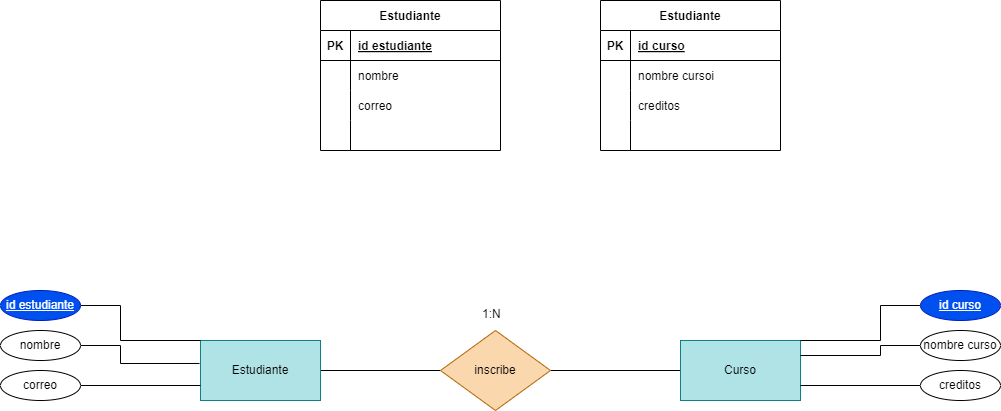
Before: Tareas/Unidad2/ejercicio2.20.drawio.png, a diagram exported from draw.io (WhiteCascade/BAE). Source tidied: cells renumbered, new cells last; positions are measured from the earlier drawing's top-left corner, leaving out a move shared by most shapes. Source of this version:
```xml
<mxGraphModel>
  <root>
    <mxCell id="0" />
    <mxCell id="1" parent="0" />
    <mxCell id="2" style="edgeStyle=none;html=1;entryX=0;entryY=0.5;entryDx=0;entryDy=0;endArrow=none;endFill=0;" parent="1" edge="1" source="3" target="6">
      <mxGeometry relative="1" as="geometry" />
    </mxCell>
    <mxCell id="3" value="Estudiante" style="rounded=0;whiteSpace=wrap;html=1;fillColor=#b0e3e6;strokeColor=#0e8088;" parent="1" vertex="1">
      <mxGeometry x="200" y="340" width="120" height="60" as="geometry" />
    </mxCell>
    <mxCell id="4" style="edgeStyle=none;html=1;endArrow=none;endFill=0;" parent="1" edge="1" source="5" target="6">
      <mxGeometry relative="1" as="geometry" />
    </mxCell>
    <mxCell id="5" value="Curso" style="rounded=0;whiteSpace=wrap;html=1;fillColor=#b0e3e6;strokeColor=#0e8088;" parent="1" vertex="1">
      <mxGeometry x="680" y="340" width="120" height="60" as="geometry" />
    </mxCell>
    <mxCell id="6" value="inscribe" style="rhombus;whiteSpace=wrap;html=1;fillColor=#fad7ac;strokeColor=#b46504;" parent="1" vertex="1">
      <mxGeometry x="440" y="330" width="110" height="80" as="geometry" />
    </mxCell>
    <mxCell id="7" style="edgeStyle=none;html=1;entryX=0;entryY=0;entryDx=0;entryDy=0;endArrow=none;endFill=0;rounded=0;" parent="1" edge="1" source="8" target="3">
      <mxGeometry relative="1" as="geometry">
        <Array as="points">
          <mxPoint x="120" y="305" />
          <mxPoint x="120" y="340" />
        </Array>
      </mxGeometry>
    </mxCell>
    <mxCell id="8" value="&lt;u&gt;id estudiante&lt;/u&gt;" style="ellipse;whiteSpace=wrap;html=1;fillColor=#0050ef;fontColor=#ffffff;strokeColor=#001DBC;" parent="1" vertex="1">
      <mxGeometry y="290" width="80" height="30" as="geometry" />
    </mxCell>
    <mxCell id="9" style="edgeStyle=none;html=1;endArrow=none;endFill=0;entryX=-0.008;entryY=0.383;entryDx=0;entryDy=0;entryPerimeter=0;rounded=0;" parent="1" edge="1" source="10" target="3">
      <mxGeometry relative="1" as="geometry">
        <Array as="points">
          <mxPoint x="120" y="345" />
          <mxPoint x="120" y="363" />
        </Array>
      </mxGeometry>
    </mxCell>
    <mxCell id="10" value="nombre" style="ellipse;whiteSpace=wrap;html=1;" parent="1" vertex="1">
      <mxGeometry y="330" width="80" height="30" as="geometry" />
    </mxCell>
    <mxCell id="11" style="edgeStyle=none;html=1;entryX=0;entryY=0.75;entryDx=0;entryDy=0;endArrow=none;endFill=0;" parent="1" edge="1" source="12" target="3">
      <mxGeometry relative="1" as="geometry" />
    </mxCell>
    <mxCell id="12" value="correo" style="ellipse;whiteSpace=wrap;html=1;" parent="1" vertex="1">
      <mxGeometry y="370" width="80" height="30" as="geometry" />
    </mxCell>
    <mxCell id="13" style="edgeStyle=none;html=1;entryX=1;entryY=0.75;entryDx=0;entryDy=0;endArrow=none;endFill=0;" parent="1" edge="1" source="14" target="5">
      <mxGeometry relative="1" as="geometry" />
    </mxCell>
    <mxCell id="14" value="creditos" style="ellipse;whiteSpace=wrap;html=1;" parent="1" vertex="1">
      <mxGeometry x="920" y="370" width="80" height="30" as="geometry" />
    </mxCell>
    <mxCell id="15" style="edgeStyle=none;html=1;entryX=1;entryY=0.25;entryDx=0;entryDy=0;endArrow=none;endFill=0;rounded=0;" parent="1" edge="1" source="16" target="5">
      <mxGeometry relative="1" as="geometry">
        <Array as="points">
          <mxPoint x="880" y="345" />
          <mxPoint x="880" y="355" />
        </Array>
      </mxGeometry>
    </mxCell>
    <mxCell id="16" value="&lt;span style=&quot;text-align: left;&quot;&gt;nombre curso&lt;/span&gt;" style="ellipse;whiteSpace=wrap;html=1;" parent="1" vertex="1">
      <mxGeometry x="920" y="330" width="80" height="30" as="geometry" />
    </mxCell>
    <mxCell id="17" style="edgeStyle=none;html=1;entryX=1;entryY=0;entryDx=0;entryDy=0;endArrow=none;endFill=0;rounded=0;" parent="1" edge="1" source="18" target="5">
      <mxGeometry relative="1" as="geometry">
        <Array as="points">
          <mxPoint x="880" y="305" />
          <mxPoint x="880" y="340" />
        </Array>
      </mxGeometry>
    </mxCell>
    <mxCell id="18" value="&lt;span style=&quot;text-align: left;&quot;&gt;&lt;u&gt;id curso&lt;/u&gt;&lt;/span&gt;" style="ellipse;whiteSpace=wrap;html=1;fillColor=#0050ef;fontColor=#ffffff;strokeColor=#001DBC;" parent="1" vertex="1">
      <mxGeometry x="920" y="290" width="80" height="30" as="geometry" />
    </mxCell>
    <mxCell id="19" value="1:N" style="text;whiteSpace=wrap;html=1;" parent="1" vertex="1">
      <mxGeometry x="480" y="300" width="50" height="40" as="geometry" />
    </mxCell>
    <mxCell id="20" value="Estudiante" style="shape=table;startSize=30;rowLines=0;fontStyle=1;align=center;" parent="1" vertex="1">
      <mxGeometry x="320" width="180" height="150" as="geometry" />
    </mxCell>
    <mxCell id="21" style="shape=tableRow;horizontal=0;startSize=0;swimlaneHead=0;swimlaneBody=0;fillColor=none;points=[[0,0.5],[1,0.5]];portConstraint=eastwest;top=0;left=0;right=0;bottom=1;" parent="20" vertex="1">
      <mxGeometry y="30" width="180" height="30" as="geometry" />
    </mxCell>
    <mxCell id="22" value="PK" style="shape=partialRectangle;fillColor=none;top=0;left=0;bottom=0;right=0;fontStyle=1;overflow=hidden;" parent="21" vertex="1">
      <mxGeometry width="30" height="30" as="geometry" />
    </mxCell>
    <mxCell id="23" value="id estudiante" style="shape=partialRectangle;fillColor=none;top=0;left=0;bottom=0;right=0;align=left;spacingLeft=6;fontStyle=5;overflow=hidden;" parent="21" vertex="1">
      <mxGeometry x="30" width="150" height="30" as="geometry" />
    </mxCell>
    <mxCell id="24" style="shape=tableRow;horizontal=0;startSize=0;swimlaneHead=0;swimlaneBody=0;fillColor=none;top=0;left=0;right=0;bottom=0;" parent="20" vertex="1">
      <mxGeometry y="60" width="180" height="30" as="geometry" />
    </mxCell>
    <mxCell id="25" style="shape=partialRectangle;fillColor=none;top=0;left=0;bottom=0;right=0;overflow=hidden;" parent="24" vertex="1">
      <mxGeometry width="30" height="30" as="geometry" />
    </mxCell>
    <mxCell id="26" value="nombre" style="shape=partialRectangle;fillColor=none;top=0;left=0;bottom=0;right=0;align=left;spacingLeft=6;overflow=hidden;" parent="24" vertex="1">
      <mxGeometry x="30" width="150" height="30" as="geometry" />
    </mxCell>
    <mxCell id="27" style="shape=tableRow;horizontal=0;startSize=0;swimlaneHead=0;swimlaneBody=0;fillColor=none;top=0;left=0;right=0;bottom=0;" parent="20" vertex="1">
      <mxGeometry y="90" width="180" height="30" as="geometry" />
    </mxCell>
    <mxCell id="28" style="shape=partialRectangle;fillColor=none;top=0;left=0;bottom=0;right=0;overflow=hidden;" parent="27" vertex="1">
      <mxGeometry width="30" height="30" as="geometry" />
    </mxCell>
    <mxCell id="29" value="correo" style="shape=partialRectangle;fillColor=none;top=0;left=0;bottom=0;right=0;align=left;spacingLeft=6;overflow=hidden;" parent="27" vertex="1">
      <mxGeometry x="30" width="150" height="30" as="geometry" />
    </mxCell>
    <mxCell id="30" style="shape=tableRow;horizontal=0;startSize=0;swimlaneHead=0;swimlaneBody=0;fillColor=none;top=0;left=0;right=0;bottom=0;" parent="20" vertex="1">
      <mxGeometry y="120" width="180" height="30" as="geometry" />
    </mxCell>
    <mxCell id="31" style="shape=partialRectangle;fillColor=none;top=0;left=0;bottom=0;right=0;overflow=hidden;" parent="30" vertex="1">
      <mxGeometry width="30" height="30" as="geometry" />
    </mxCell>
    <mxCell id="32" style="shape=partialRectangle;fillColor=none;top=0;left=0;bottom=0;right=0;align=left;spacingLeft=6;overflow=hidden;" parent="30" vertex="1">
      <mxGeometry x="30" width="150" height="30" as="geometry" />
    </mxCell>
    <mxCell id="33" value="Estudiante" style="shape=table;startSize=30;rowLines=0;fontStyle=1;align=center;" parent="1" vertex="1">
      <mxGeometry x="600" width="180" height="150" as="geometry" />
    </mxCell>
    <mxCell id="34" style="shape=tableRow;horizontal=0;startSize=0;swimlaneHead=0;swimlaneBody=0;fillColor=none;points=[[0,0.5],[1,0.5]];portConstraint=eastwest;top=0;left=0;right=0;bottom=1;" parent="33" vertex="1">
      <mxGeometry y="30" width="180" height="30" as="geometry" />
    </mxCell>
    <mxCell id="35" value="PK" style="shape=partialRectangle;fillColor=none;top=0;left=0;bottom=0;right=0;fontStyle=1;overflow=hidden;" parent="34" vertex="1">
      <mxGeometry width="30" height="30" as="geometry" />
    </mxCell>
    <mxCell id="36" value="id curso" style="shape=partialRectangle;fillColor=none;top=0;left=0;bottom=0;right=0;align=left;spacingLeft=6;fontStyle=5;overflow=hidden;" parent="34" vertex="1">
      <mxGeometry x="30" width="150" height="30" as="geometry" />
    </mxCell>
    <mxCell id="37" style="shape=tableRow;horizontal=0;startSize=0;swimlaneHead=0;swimlaneBody=0;fillColor=none;top=0;left=0;right=0;bottom=0;" parent="33" vertex="1">
      <mxGeometry y="60" width="180" height="30" as="geometry" />
    </mxCell>
    <mxCell id="38" style="shape=partialRectangle;fillColor=none;top=0;left=0;bottom=0;right=0;overflow=hidden;" parent="37" vertex="1">
      <mxGeometry width="30" height="30" as="geometry" />
    </mxCell>
    <mxCell id="39" value="nombre cursoi" style="shape=partialRectangle;fillColor=none;top=0;left=0;bottom=0;right=0;align=left;spacingLeft=6;overflow=hidden;" parent="37" vertex="1">
      <mxGeometry x="30" width="150" height="30" as="geometry" />
    </mxCell>
    <mxCell id="40" style="shape=tableRow;horizontal=0;startSize=0;swimlaneHead=0;swimlaneBody=0;fillColor=none;top=0;left=0;right=0;bottom=0;" parent="33" vertex="1">
      <mxGeometry y="90" width="180" height="30" as="geometry" />
    </mxCell>
    <mxCell id="41" style="shape=partialRectangle;fillColor=none;top=0;left=0;bottom=0;right=0;overflow=hidden;" parent="40" vertex="1">
      <mxGeometry width="30" height="30" as="geometry" />
    </mxCell>
    <mxCell id="42" value="creditos" style="shape=partialRectangle;fillColor=none;top=0;left=0;bottom=0;right=0;align=left;spacingLeft=6;overflow=hidden;" parent="40" vertex="1">
      <mxGeometry x="30" width="150" height="30" as="geometry" />
    </mxCell>
    <mxCell id="43" style="shape=tableRow;horizontal=0;startSize=0;swimlaneHead=0;swimlaneBody=0;fillColor=none;top=0;left=0;right=0;bottom=0;" parent="33" vertex="1">
      <mxGeometry y="120" width="180" height="30" as="geometry" />
    </mxCell>
    <mxCell id="44" style="shape=partialRectangle;fillColor=none;top=0;left=0;bottom=0;right=0;overflow=hidden;" parent="43" vertex="1">
      <mxGeometry width="30" height="30" as="geometry" />
    </mxCell>
    <mxCell id="45" style="shape=partialRectangle;fillColor=none;top=0;left=0;bottom=0;right=0;align=left;spacingLeft=6;overflow=hidden;" parent="43" vertex="1">
      <mxGeometry x="30" width="150" height="30" as="geometry" />
    </mxCell>
  </root>
</mxGraphModel>
```
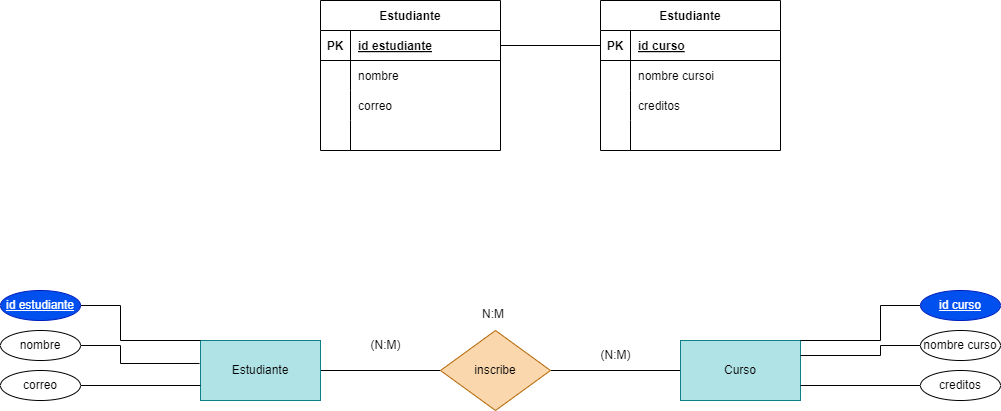
After the change.

Change to the diagram source:
```diff
@@ -73,7 +73,7 @@
     <mxCell id="18" value="&lt;span style=&quot;text-align: left;&quot;&gt;&lt;u&gt;id curso&lt;/u&gt;&lt;/span&gt;" style="ellipse;whiteSpace=wrap;html=1;fillColor=#0050ef;fontColor=#ffffff;strokeColor=#001DBC;" parent="1" vertex="1">
       <mxGeometry x="920" y="290" width="80" height="30" as="geometry" />
     </mxCell>
-    <mxCell id="19" value="1:N" style="text;whiteSpace=wrap;html=1;" parent="1" vertex="1">
+    <mxCell id="19" value="N:M" style="text;whiteSpace=wrap;html=1;" parent="1" vertex="1">
       <mxGeometry x="480" y="300" width="50" height="40" as="geometry" />
     </mxCell>
     <mxCell id="20" value="Estudiante" style="shape=table;startSize=30;rowLines=0;fontStyle=1;align=center;" parent="1" vertex="1">
@@ -154,5 +154,14 @@
     <mxCell id="45" style="shape=partialRectangle;fillColor=none;top=0;left=0;bottom=0;right=0;align=left;spacingLeft=6;overflow=hidden;" parent="43" vertex="1">
       <mxGeometry x="30" width="150" height="30" as="geometry" />
     </mxCell>
+    <mxCell id="46" value="(N:M)" style="text;html=1;align=center;verticalAlign=middle;strokeColor=none;fillColor=none;" parent="1" vertex="1">
+      <mxGeometry x="360" y="330" width="50" height="30" as="geometry" />
+    </mxCell>
+    <mxCell id="47" value="(N:M)" style="text;html=1;align=center;verticalAlign=middle;strokeColor=none;fillColor=none;" parent="1" vertex="1">
+      <mxGeometry x="590" y="340" width="50" height="30" as="geometry" />
+    </mxCell>
+    <mxCell id="48" style="edgeStyle=none;html=1;exitX=0;exitY=0.5;exitDx=0;exitDy=0;endArrow=none;endFill=0;" parent="1" edge="1" source="34" target="21">
+      <mxGeometry relative="1" as="geometry" />
+    </mxCell>
   </root>
 </mxGraphModel>
```
